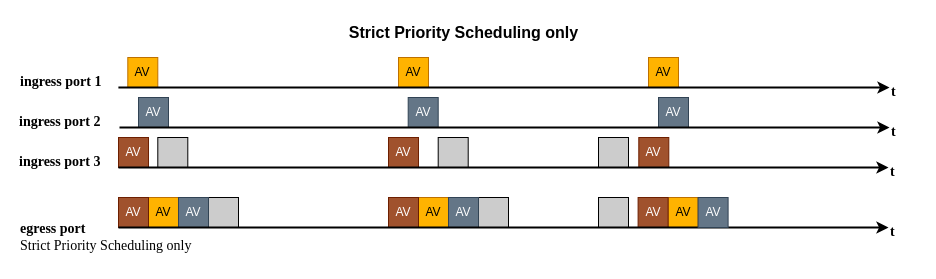
The draw.io diagram static/images/traffic-shaping-strict-prio.drawio in avb-academy/avb_academy, before the edit. Source tidied: cells renumbered, new cells numbered last; positions are measured from the earlier drawing's top-left corner, leaving out a move shared by most shapes. Both pictures are drawn from the tidied source at 100%, with x=0, y=0 at pixel (17, 17).
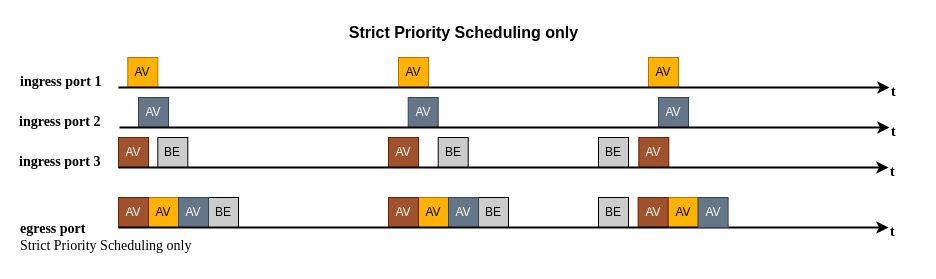
After the change.

Change to the diagram source:
```diff
@@
-    <mxCell id="2" style="rounded=0;whiteSpace=wrap;html=1;fillColor=#CCCCCC;fontColor=#ffffff;strokeColor=#000000;" parent="1" vertex="1">
+    <mxCell id="2" value="BE" style="rounded=0;whiteSpace=wrap;html=1;fillColor=#CCCCCC;fontColor=default;strokeColor=#000000;" parent="1" vertex="1">
       <mxGeometry x="140.3" y="120" width="30" height="30" as="geometry" />
     </mxCell>
-    <mxCell id="3" style="rounded=0;whiteSpace=wrap;html=1;fillColor=#CCCCCC;fontColor=#ffffff;strokeColor=#000000;" parent="1" vertex="1">
+    <mxCell id="3" value="BE" style="rounded=0;whiteSpace=wrap;html=1;fillColor=#CCCCCC;fontColor=default;strokeColor=#000000;" parent="1" vertex="1">
       <mxGeometry x="420.7" y="120" width="30" height="30" as="geometry" />
     </mxCell>
-    <mxCell id="4" style="rounded=0;whiteSpace=wrap;html=1;fillColor=#CCCCCC;fontColor=#ffffff;strokeColor=#000000;" parent="1" vertex="1">
+    <mxCell id="4" value="BE" style="rounded=0;whiteSpace=wrap;html=1;fillColor=#CCCCCC;fontColor=default;strokeColor=#000000;" parent="1" vertex="1">
       <mxGeometry x="461" y="180" width="30" height="30" as="geometry" />
     </mxCell>
-    <mxCell id="5" style="rounded=0;whiteSpace=wrap;html=1;fillColor=#CCCCCC;fontColor=#ffffff;strokeColor=#000000;" parent="1" vertex="1">
+    <mxCell id="5" value="BE" style="rounded=0;whiteSpace=wrap;html=1;fillColor=#CCCCCC;fontColor=default;strokeColor=#000000;" parent="1" vertex="1">
       <mxGeometry x="581" y="120" width="30" height="30" as="geometry" />
     </mxCell>
-    <mxCell id="6" style="rounded=0;whiteSpace=wrap;html=1;fillColor=#CCCCCC;fontColor=#ffffff;strokeColor=#000000;" parent="1" vertex="1">
+    <mxCell id="6" value="BE" style="rounded=0;whiteSpace=wrap;html=1;fillColor=#CCCCCC;fontColor=default;strokeColor=#000000;" parent="1" vertex="1">
       <mxGeometry x="581" y="180" width="30" height="30" as="geometry" />
     </mxCell>
-    <mxCell id="7" style="rounded=0;whiteSpace=wrap;html=1;fillColor=#CCCCCC;fontColor=#ffffff;strokeColor=#000000;" parent="1" vertex="1">
+    <mxCell id="7" value="BE" style="rounded=0;whiteSpace=wrap;html=1;fillColor=#CCCCCC;fontColor=default;strokeColor=#000000;" parent="1" vertex="1">
       <mxGeometry x="191" y="180" width="30" height="30" as="geometry" />
     </mxCell>
```
